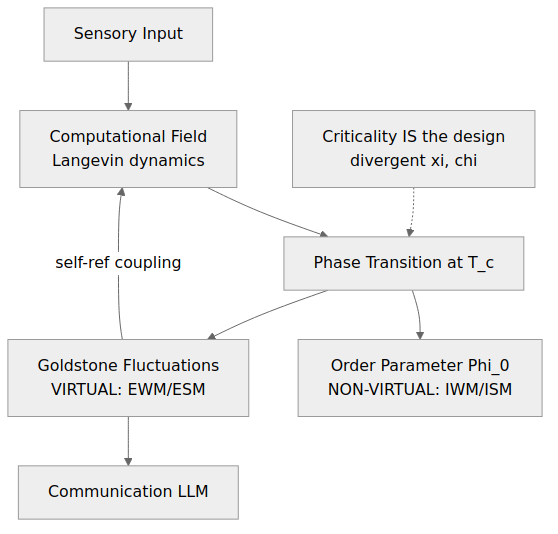
Earlier version of the Mermaid export docs/engineering/designs/pdf/png/design-12-simple.png (JeltzProstetnic/aIware). Its source is kept beside it as docs/engineering/designs/pdf/mmd/design-12-simple.mmd. The source it was exported from:
```mermaid
graph TD
    INPUT[Sensory Input] --> FIELD[Computational Field<br/>Langevin dynamics]
    FIELD --> TC[Phase Transition at T_c]
    TC --> PHI0[Order Parameter Phi_0<br/>NON-VIRTUAL: IWM/ISM]
    TC --> GOLD[Goldstone Fluctuations<br/>VIRTUAL: EWM/ESM]
    GOLD -->|self-ref coupling| FIELD
    GOLD --> COMM[Communication LLM]
    CRIT[Criticality IS the design<br/>divergent xi, chi] -.-> TC
```
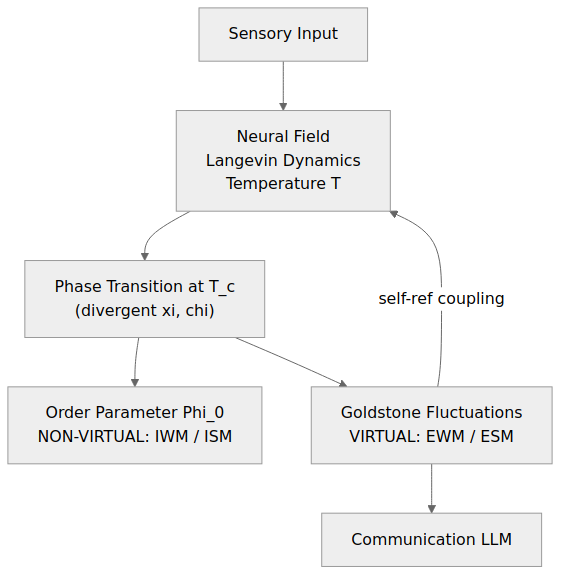
Above is the later version.

What changed in the source:
```diff
@@ -1,8 +1,7 @@
 graph TD
-    INPUT[Sensory Input] --> FIELD[Computational Field<br/>Langevin dynamics]
-    FIELD --> TC[Phase Transition at T_c]
-    TC --> PHI0[Order Parameter Phi_0<br/>NON-VIRTUAL: IWM/ISM]
-    TC --> GOLD[Goldstone Fluctuations<br/>VIRTUAL: EWM/ESM]
+    INPUT[Sensory Input] --> FIELD["Neural Field<br/>Langevin Dynamics<br/>Temperature T"]
+    FIELD --> TC["Phase Transition at T_c<br/>(divergent xi, chi)"]
+    TC --> PHI0["Order Parameter Phi_0<br/>NON-VIRTUAL: IWM / ISM"]
+    TC --> GOLD["Goldstone Fluctuations<br/>VIRTUAL: EWM / ESM"]
     GOLD -->|self-ref coupling| FIELD
     GOLD --> COMM[Communication LLM]
-    CRIT[Criticality IS the design<br/>divergent xi, chi] -.-> TC
```
